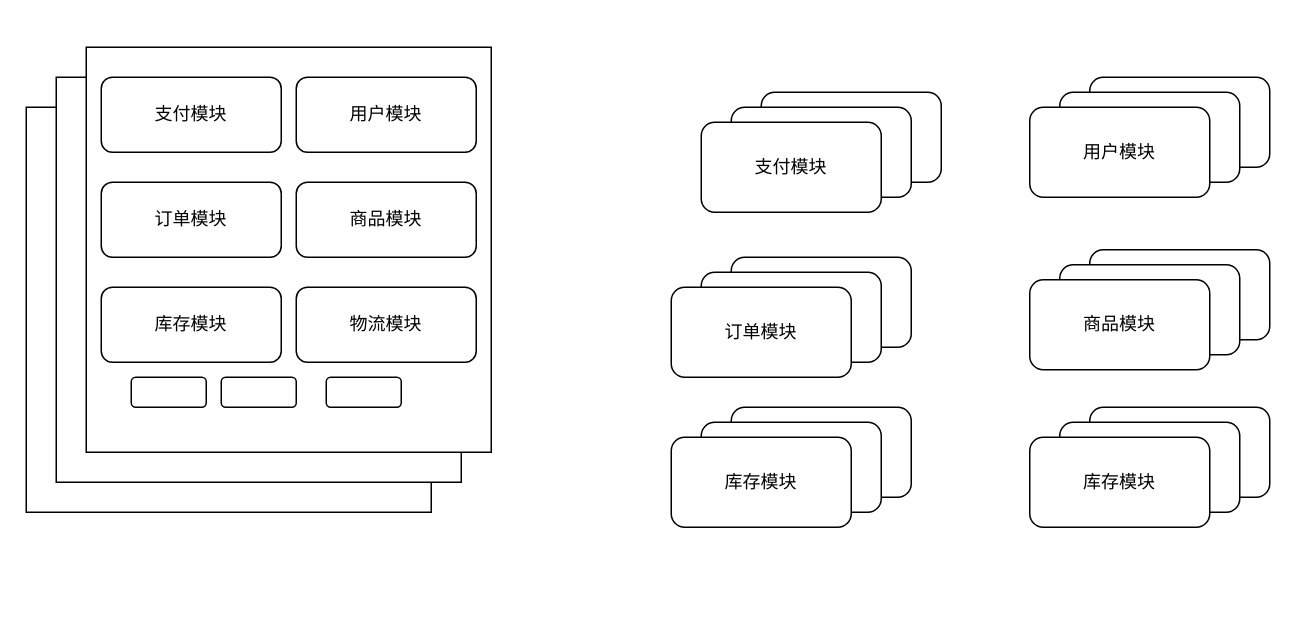
Before: page "Page-2" (1 of 2) of 微服务治理.drawio in licheng-iwish/drawio, a draw.io diagram. Source tidied: cells renumbered, new cells numbered last; positions are measured from the earlier drawing's top-left corner, leaving out a move shared by most shapes. Both pictures are drawn from the tidied source at 150%, with x=0, y=0 at pixel (26, 46).
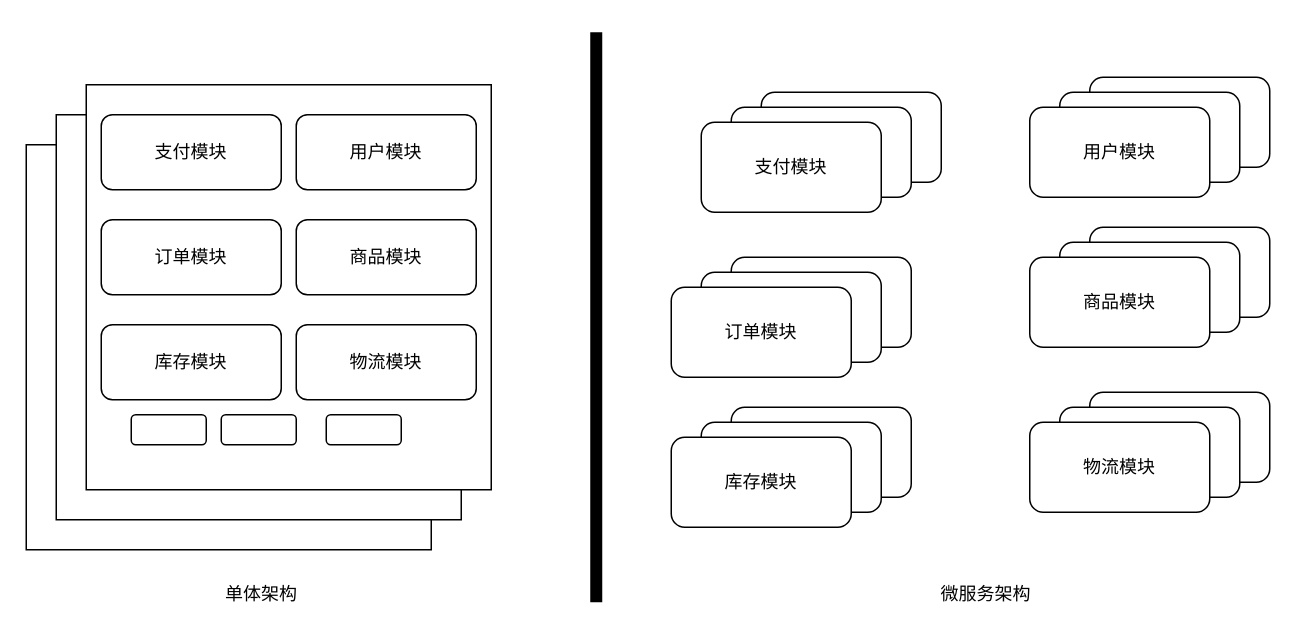
The same page after the edit.

The edit, as a diff of the source:
```diff
@@
     <mxCell id="2" style="whiteSpace=wrap;html=1;" parent="1" vertex="1">
-      <mxGeometry y="40" width="270" height="270" as="geometry" />
+      <mxGeometry y="65" width="270" height="270" as="geometry" />
     </mxCell>
     <mxCell id="3" style="whiteSpace=wrap;html=1;" parent="1" vertex="1">
-      <mxGeometry x="20" y="20" width="270" height="270" as="geometry" />
+      <mxGeometry x="20" y="45" width="270" height="270" as="geometry" />
     </mxCell>
     <mxCell id="4" style="whiteSpace=wrap;html=1;" parent="1" vertex="1">
-      <mxGeometry x="40" width="270" height="270" as="geometry" />
+      <mxGeometry x="40" y="25" width="270" height="270" as="geometry" />
     </mxCell>
     <mxCell id="5" value="支付模块" style="rounded=1;whiteSpace=wrap;html=1;" parent="1" vertex="1">
-      <mxGeometry x="50" y="20" width="120" height="50" as="geometry" />
+      <mxGeometry x="50" y="45" width="120" height="50" as="geometry" />
     </mxCell>
     <mxCell id="6" value="用户模块" style="rounded=1;whiteSpace=wrap;html=1;" parent="1" vertex="1">
-      <mxGeometry x="180" y="20" width="120" height="50" as="geometry" />
+      <mxGeometry x="180" y="45" width="120" height="50" as="geometry" />
     </mxCell>
     <mxCell id="7" value="订单模块" style="rounded=1;whiteSpace=wrap;html=1;" parent="1" vertex="1">
-      <mxGeometry x="50" y="90" width="120" height="50" as="geometry" />
+      <mxGeometry x="50" y="115" width="120" height="50" as="geometry" />
     </mxCell>
     <mxCell id="8" value="商品模块" style="rounded=1;whiteSpace=wrap;html=1;" parent="1" vertex="1">
-      <mxGeometry x="180" y="90" width="120" height="50" as="geometry" />
+      <mxGeometry x="180" y="115" width="120" height="50" as="geometry" />
     </mxCell>
     <mxCell id="9" value="库存模块" style="rounded=1;whiteSpace=wrap;html=1;" parent="1" vertex="1">
-      <mxGeometry x="50" y="160" width="120" height="50" as="geometry" />
+      <mxGeometry x="50" y="185" width="120" height="50" as="geometry" />
     </mxCell>
     <mxCell id="10" value="物流模块" style="rounded=1;whiteSpace=wrap;html=1;" parent="1" vertex="1">
-      <mxGeometry x="180" y="160" width="120" height="50" as="geometry" />
+      <mxGeometry x="180" y="185" width="120" height="50" as="geometry" />
     </mxCell>
     <mxCell id="11" style="rounded=1;whiteSpace=wrap;html=1;" parent="1" vertex="1">
-      <mxGeometry x="70" y="220" width="50" height="20" as="geometry" />
+      <mxGeometry x="70" y="245" width="50" height="20" as="geometry" />
     </mxCell>
     <mxCell id="12" style="rounded=1;whiteSpace=wrap;html=1;" parent="1" vertex="1">
-      <mxGeometry x="130" y="220" width="50" height="20" as="geometry" />
+      <mxGeometry x="130" y="245" width="50" height="20" as="geometry" />
     </mxCell>
     <mxCell id="13" style="rounded=1;whiteSpace=wrap;html=1;fontStyle=1;" parent="1" vertex="1">
-      <mxGeometry x="200" y="220" width="50" height="20" as="geometry" />
+      <mxGeometry x="200" y="245" width="50" height="20" as="geometry" />
     </mxCell>
@@
     <mxCell id="23" style="rounded=1;whiteSpace=wrap;html=1;" parent="1" vertex="1">
-      <mxGeometry x="709" y="135" width="120" height="60" as="geometry" />
+      <mxGeometry x="709" y="120" width="120" height="60" as="geometry" />
     </mxCell>
     <mxCell id="24" style="rounded=1;whiteSpace=wrap;html=1;" parent="1" vertex="1">
-      <mxGeometry x="689" y="145" width="120" height="60" as="geometry" />
+      <mxGeometry x="689" y="130" width="120" height="60" as="geometry" />
     </mxCell>
     <mxCell id="25" value="商品模块" style="rounded=1;whiteSpace=wrap;html=1;" parent="1" vertex="1">
-      <mxGeometry x="669" y="155" width="120" height="60" as="geometry" />
+      <mxGeometry x="669" y="140" width="120" height="60" as="geometry" />
     </mxCell>
@@
     <mxCell id="29" style="rounded=1;whiteSpace=wrap;html=1;" parent="1" vertex="1">
-      <mxGeometry x="709" y="240" width="120" height="60" as="geometry" />
+      <mxGeometry x="709" y="230" width="120" height="60" as="geometry" />
     </mxCell>
     <mxCell id="30" style="rounded=1;whiteSpace=wrap;html=1;" parent="1" vertex="1">
-      <mxGeometry x="689" y="250" width="120" height="60" as="geometry" />
+      <mxGeometry x="689" y="240" width="120" height="60" as="geometry" />
     </mxCell>
-    <mxCell id="31" value="库存模块" style="rounded=1;whiteSpace=wrap;html=1;" parent="1" vertex="1">
-      <mxGeometry x="669" y="260" width="120" height="60" as="geometry" />
+    <mxCell id="31" value="物流模块" style="rounded=1;whiteSpace=wrap;html=1;" parent="1" vertex="1">
+      <mxGeometry x="669" y="250" width="120" height="60" as="geometry" />
     </mxCell>
+    <mxCell id="32" style="endArrow=none;html=1;rounded=0;strokeWidth=8;" parent="1" edge="1">
+      <mxGeometry relative="1" as="geometry">
+        <mxPoint x="380" y="370" as="sourcePoint" />
+        <mxPoint x="380" y="-10" as="targetPoint" />
+      </mxGeometry>
+    </mxCell>
+    <mxCell id="33" value="单体架构" style="text;html=1;strokeColor=none;fillColor=none;align=center;verticalAlign=middle;whiteSpace=wrap;rounded=0;" parent="1" vertex="1">
+      <mxGeometry x="127" y="350" width="60" height="30" as="geometry" />
+    </mxCell>
+    <mxCell id="34" value="微服务架构" style="text;html=1;strokeColor=none;fillColor=none;align=center;verticalAlign=middle;whiteSpace=wrap;rounded=0;" parent="1" vertex="1">
+      <mxGeometry x="600" y="350" width="80" height="30" as="geometry" />
+    </mxCell>
```
